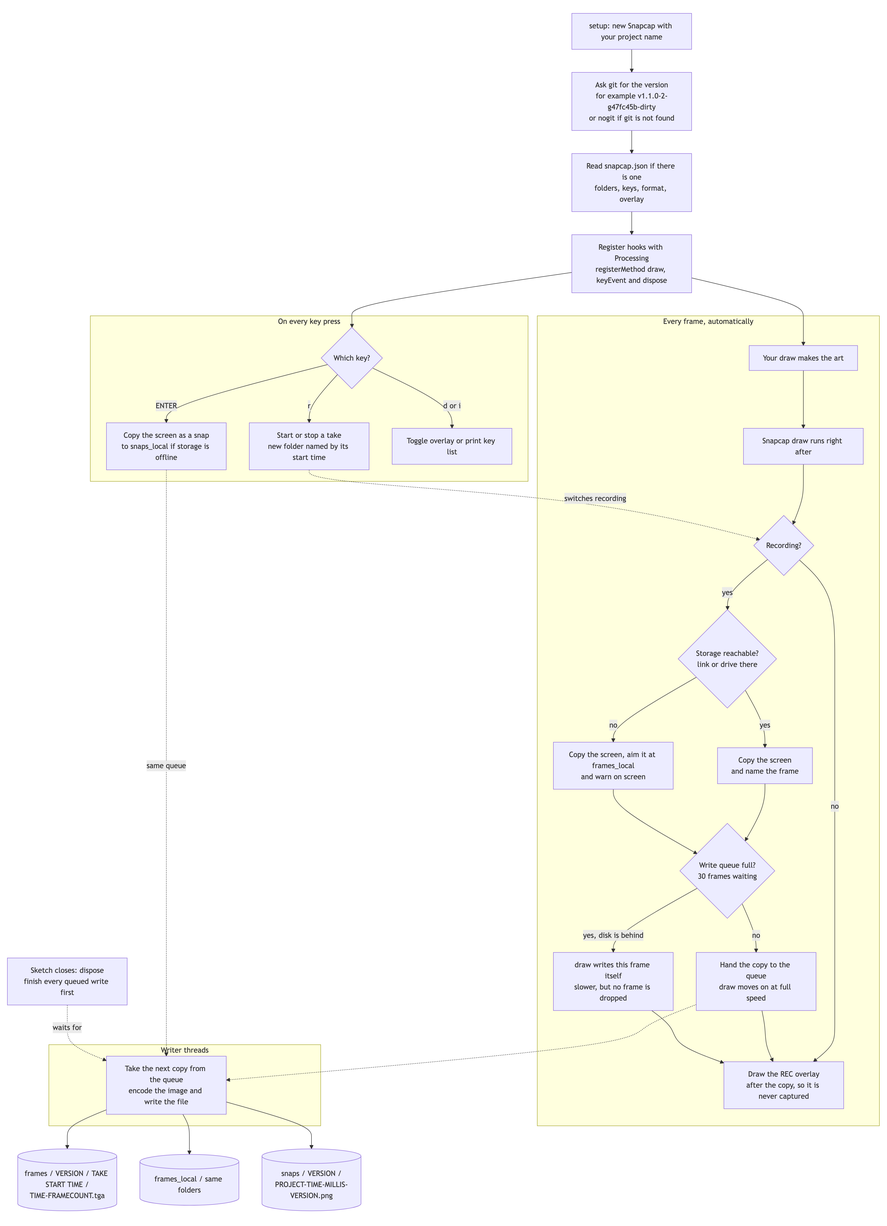
The Mermaid diagram docs/diagrams/how-it-works.png in jaycody/snapcap, before a commit. Its source is kept beside it as docs/diagrams/how-it-works.mmd.
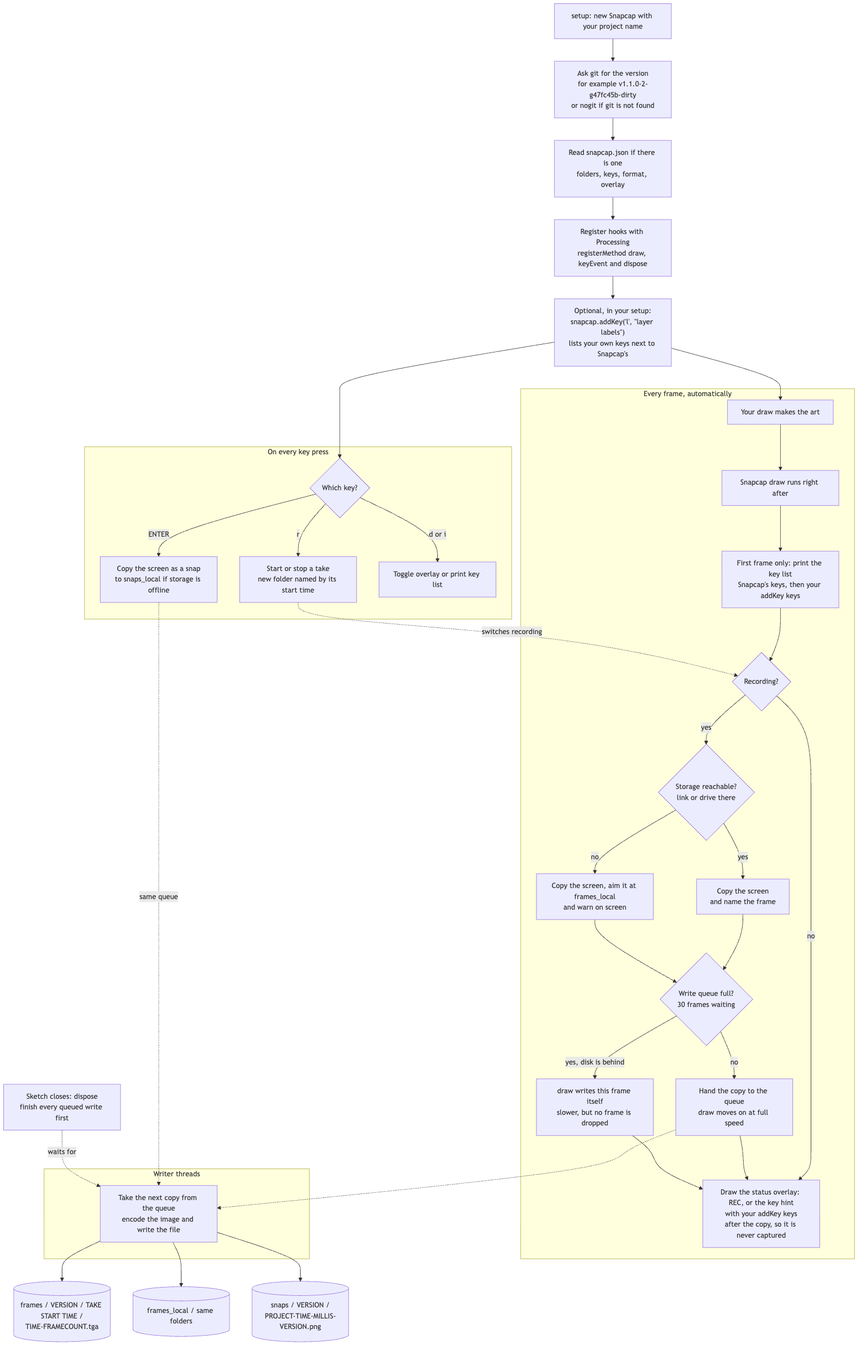
The same diagram one commit later.

Commit message:
Diagrams: addKey and first-frame key list, cancel paths, snapcap-media example

Diff of the diagram source:
```diff
@@ -2,10 +2,12 @@
     A["setup: new Snapcap with your project name"] --> G["Ask git for the version<br/>for example v1.1.0-2-g47fc45b-dirty<br/>or nogit if git is not found"]
     G --> CF["Read snapcap.json if there is one<br/>folders, keys, format, overlay"]
     CF --> R["Register hooks with Processing<br/>registerMethod draw, keyEvent and dispose"]
+    R --> AK["Optional, in your setup:<br/>snapcap.addKey('l', &quot;layer labels&quot;)<br/>lists your own keys next to Snapcap's"]
 
     subgraph EVERY ["Every frame, automatically"]
         D1["Your draw makes the art"] --> D2["Snapcap draw runs right after"]
-        D2 --> Q{"Recording?"}
+        D2 --> FIRST["First frame only: print the key list<br/>Snapcap's keys, then your addKey keys"]
+        FIRST --> Q{"Recording?"}
         Q -->|yes| ST{"Storage reachable?<br/>link or drive there"}
         ST -->|yes| CP["Copy the screen<br/>and name the frame"]
         ST -->|no| CL["Copy the screen, aim it at frames_local<br/>and warn on screen"]
@@ -13,7 +15,7 @@
         CL --> QF
         QF -->|no| EN["Hand the copy to the queue<br/>draw moves on at full speed"]
         QF -->|"yes, disk is behind"| SELF["draw writes this frame itself<br/>slower, but no frame is dropped"]
-        Q -->|no| OV["Draw the REC overlay<br/>after the copy, so it is never captured"]
+        Q -->|no| OV["Draw the status overlay: REC, or the key hint<br/>with your addKey keys<br/>after the copy, so it is never captured"]
         EN --> OV
         SELF --> OV
     end
@@ -31,8 +33,8 @@
 
     X["Sketch closes: dispose<br/>finish every queued write first"]
 
-    R --> D1
-    R --> K
+    AK --> D1
+    AK --> K
     T -.->|switches recording| Q
     EN -.-> W
     S -.->|same queue| W
```
